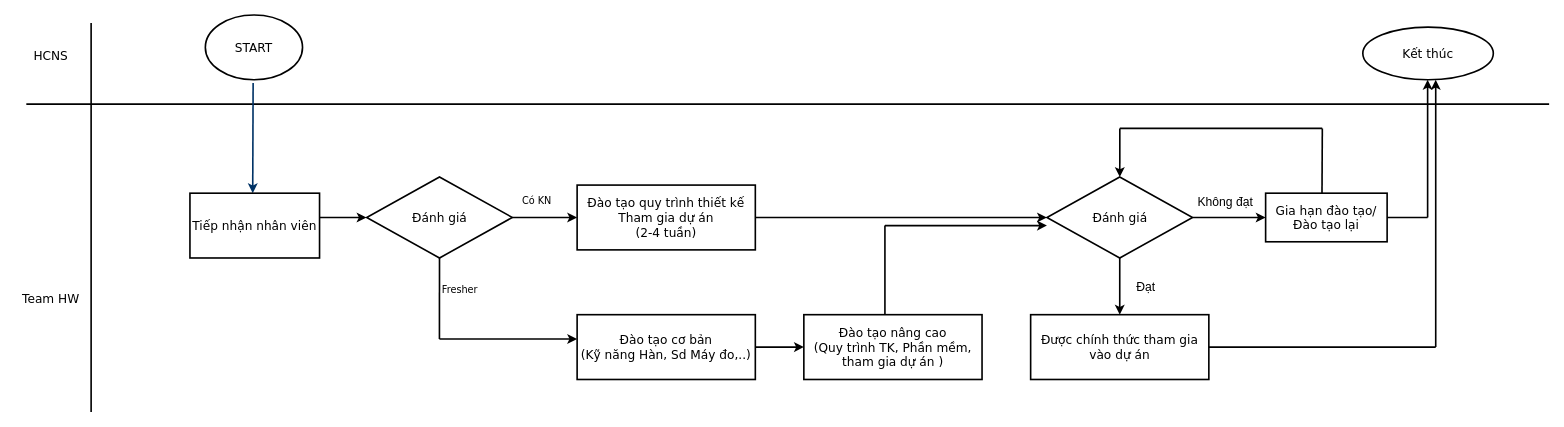
Above: QTDT_NV.drawio in anhvanthe/01_my_drawio (draw.io), before the change. Source tidied: cells renumbered, new cells numbered last; positions are measured from the earlier drawing's top-left corner, leaving out a move shared by most shapes. Both pictures are drawn from the tidied source at 81%, with x=0, y=0 at pixel (14, 15).
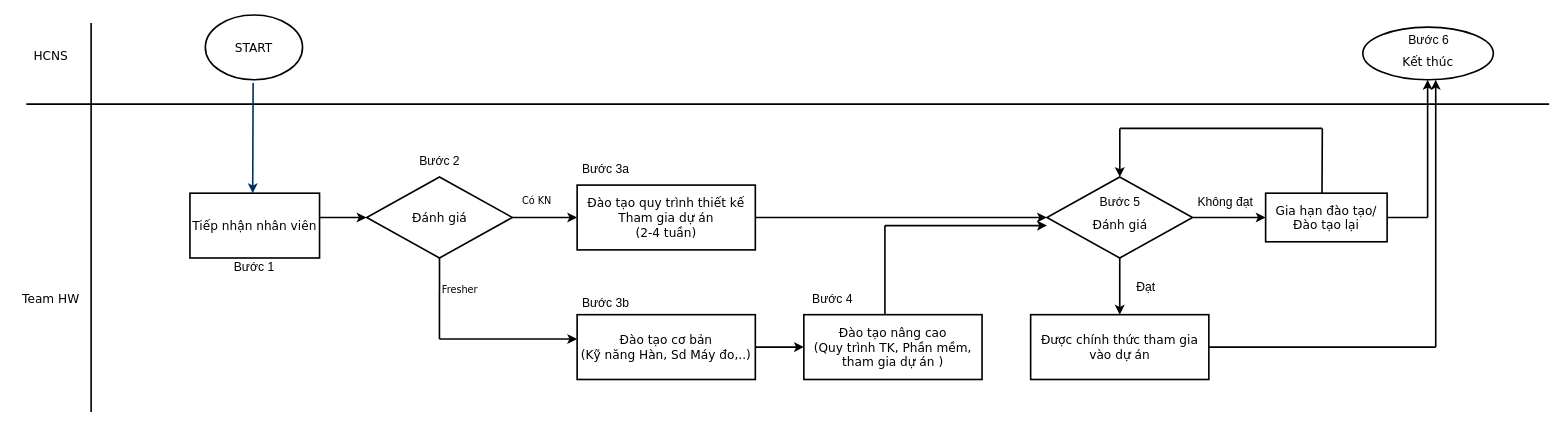
Above is the later version.

The edit, as a diff of the source:
```diff
@@
-    <mxCell id="17" value="Đánh giá" style="shape=mxgraph.flowchart.decision;strokeWidth=2;gradientColor=none;gradientDirection=north;fontStyle=0;html=1;fontFamily=Verdana;fontSize=15;" parent="1" vertex="1">
+    <mxCell id="17" value="&lt;br&gt;Đánh giá" style="shape=mxgraph.flowchart.decision;strokeWidth=2;gradientColor=none;gradientDirection=north;fontStyle=0;html=1;fontFamily=Verdana;fontSize=15;" parent="1" vertex="1">
       <mxGeometry x="1275" y="200" width="179.8" height="100" as="geometry" />
     </mxCell>
@@
-    <mxCell id="33" value="Kết thúc" style="ellipse;whiteSpace=wrap;html=1;fontFamily=Verdana;fontSize=15;strokeWidth=2;" parent="1" vertex="1">
+    <mxCell id="33" value="&lt;br&gt;Kết thúc" style="ellipse;whiteSpace=wrap;html=1;fontFamily=Verdana;fontSize=15;strokeWidth=2;" parent="1" vertex="1">
       <mxGeometry x="1665" y="15" width="161.1" height="65" as="geometry" />
     </mxCell>
@@
+    <mxCell id="38" value="Bước 1" style="text;html=1;align=center;verticalAlign=middle;fontSize=15;" parent="1" vertex="1">
+      <mxGeometry x="261" y="300" width="70" height="20" as="geometry" />
+    </mxCell>
+    <mxCell id="39" value="Bước 2" style="text;html=1;align=center;verticalAlign=middle;fontSize=15;" parent="1" vertex="1">
+      <mxGeometry x="489.6" y="170" width="70" height="20" as="geometry" />
+    </mxCell>
+    <mxCell id="40" value="Bước 3a" style="text;html=1;align=center;verticalAlign=middle;fontSize=15;" parent="1" vertex="1">
+      <mxGeometry x="695" y="180" width="70" height="20" as="geometry" />
+    </mxCell>
+    <mxCell id="41" value="Bước 3b" style="text;html=1;align=center;verticalAlign=middle;fontSize=15;" parent="1" vertex="1">
+      <mxGeometry x="695" y="345" width="70" height="20" as="geometry" />
+    </mxCell>
+    <mxCell id="42" value="Bước 4" style="text;html=1;align=center;verticalAlign=middle;fontSize=15;" parent="1" vertex="1">
+      <mxGeometry x="974.9" y="340" width="70" height="20" as="geometry" />
+    </mxCell>
+    <mxCell id="43" value="Bước 5" style="text;html=1;align=center;verticalAlign=middle;fontSize=15;" parent="1" vertex="1">
+      <mxGeometry x="1329.9" y="220" width="70" height="20" as="geometry" />
+    </mxCell>
+    <mxCell id="44" value="Bước 6" style="text;html=1;align=center;verticalAlign=middle;fontSize=15;" parent="1" vertex="1">
+      <mxGeometry x="1710.5" y="20" width="70" height="20" as="geometry" />
+    </mxCell>
```
